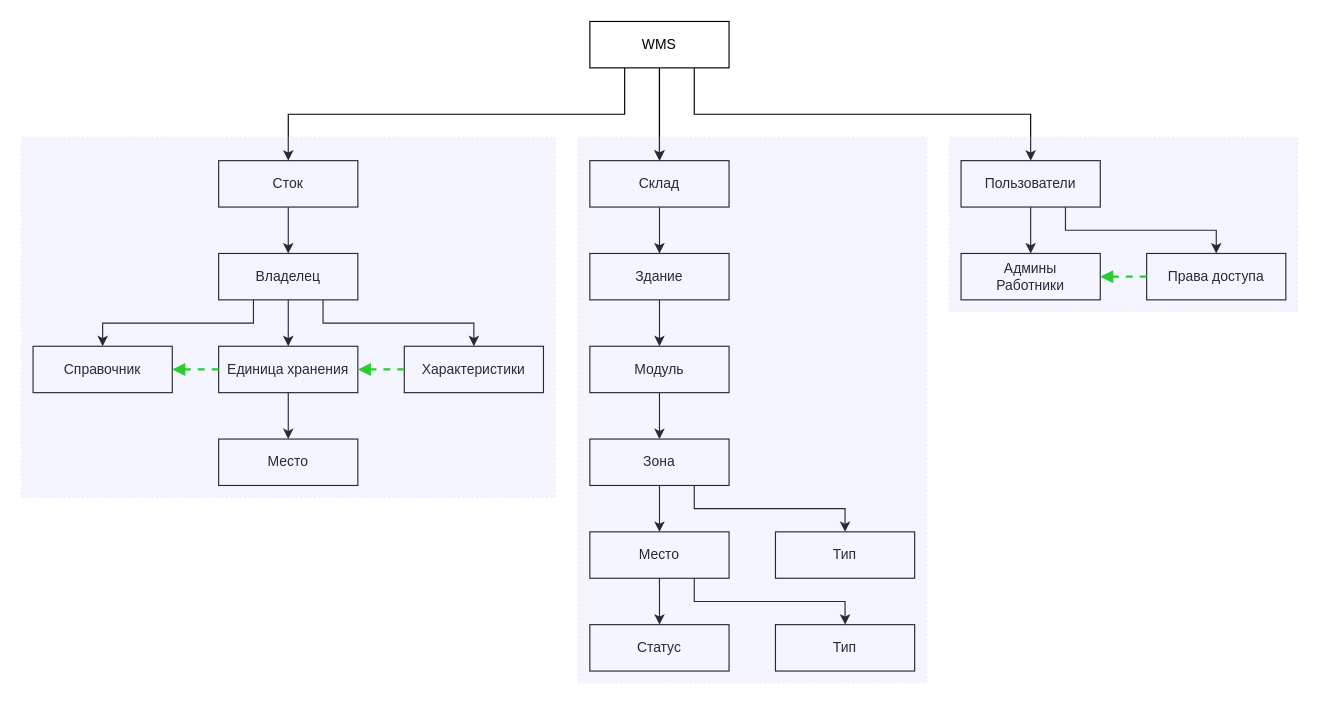
This is 1.drawio from denamed/HutWMS, a draw.io file, before an edit. Source tidied: cells renumbered, new cells numbered last; positions are measured from the earlier drawing's top-left corner, leaving out a move shared by most shapes. Both pictures are drawn from the tidied source at 116%, with x=0, y=0 at pixel (21, 21).
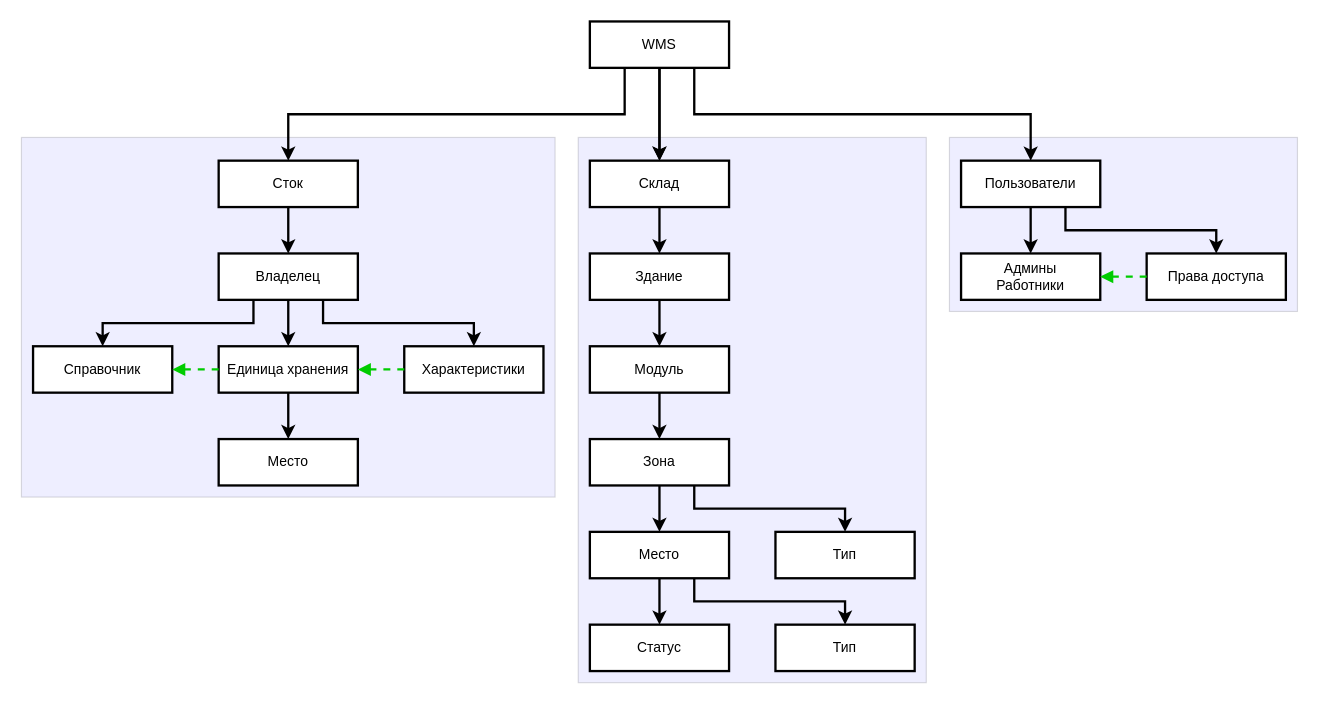
The same page after the edit.

Diff of the diagram source:
```diff
@@
+    <mxCell id="41" style="rounded=0;whiteSpace=wrap;html=1;fillColor=#CCCCFF;strokeWidth=1;strokeColor=#909099;opacity=33;" parent="1" vertex="1">
+      <mxGeometry y="100" width="460" height="310" as="geometry" />
+    </mxCell>
+    <mxCell id="42" style="rounded=0;whiteSpace=wrap;html=1;fillColor=#CCCCFF;strokeWidth=1;strokeColor=#909099;opacity=33;" parent="1" vertex="1">
+      <mxGeometry x="480" y="100" width="300" height="470" as="geometry" />
+    </mxCell>
+    <mxCell id="43" style="rounded=0;whiteSpace=wrap;html=1;fillColor=#CCCCFF;strokeWidth=1;strokeColor=#909099;opacity=33;" parent="1" vertex="1">
+      <mxGeometry x="800" y="100" width="300" height="150" as="geometry" />
+    </mxCell>
-    <mxCell id="2" style="edgeStyle=orthogonalEdgeStyle;rounded=0;jettySize=auto;html=1;" parent="1" edge="1" source="6" target="8">
+    <mxCell id="2" style="edgeStyle=orthogonalEdgeStyle;rounded=0;jettySize=auto;html=1;strokeWidth=2;" parent="1" edge="1" source="6" target="8">
       <mxGeometry relative="1" as="geometry" />
     </mxCell>
-    <mxCell id="3" style="edgeStyle=orthogonalEdgeStyle;rounded=0;jettySize=auto;html=1;" parent="1" edge="1" source="6" target="8">
+    <mxCell id="3" style="edgeStyle=orthogonalEdgeStyle;rounded=0;jettySize=auto;html=1;strokeWidth=2;" parent="1" edge="1" source="6" target="8">
       <mxGeometry relative="1" as="geometry" />
     </mxCell>
-    <mxCell id="4" style="edgeStyle=orthogonalEdgeStyle;rounded=0;jettySize=auto;html=1;exitX=0.25;exitY=1;exitDx=0;exitDy=0;" parent="1" edge="1" source="6" target="10">
+    <mxCell id="4" style="edgeStyle=orthogonalEdgeStyle;rounded=0;jettySize=auto;html=1;exitX=0.25;exitY=1;exitDx=0;exitDy=0;strokeWidth=2;" parent="1" edge="1" source="6" target="10">
       <mxGeometry relative="1" as="geometry" />
     </mxCell>
-    <mxCell id="5" style="edgeStyle=orthogonalEdgeStyle;rounded=0;jettySize=auto;html=1;exitX=0.75;exitY=1;exitDx=0;exitDy=0;" parent="1" edge="1" source="6" target="13">
+    <mxCell id="5" style="edgeStyle=orthogonalEdgeStyle;rounded=0;jettySize=auto;html=1;exitX=0.75;exitY=1;exitDx=0;exitDy=0;strokeWidth=2;" parent="1" edge="1" source="6" target="13">
       <mxGeometry relative="1" as="geometry" />
     </mxCell>
-    <mxCell id="6" value="WMS" style="rounded=0;whiteSpace=wrap;html=1;" parent="1" vertex="1">
+    <mxCell id="6" value="WMS" style="rounded=0;whiteSpace=wrap;html=1;strokeWidth=2;" parent="1" vertex="1">
       <mxGeometry x="490" width="120" height="40" as="geometry" />
     </mxCell>
-    <mxCell id="7" style="edgeStyle=orthogonalEdgeStyle;rounded=0;jettySize=auto;html=1;" parent="1" edge="1" source="8" target="15">
+    <mxCell id="7" style="edgeStyle=orthogonalEdgeStyle;rounded=0;jettySize=auto;html=1;strokeWidth=2;" parent="1" edge="1" source="8" target="15">
       <mxGeometry relative="1" as="geometry" />
     </mxCell>
-    <mxCell id="8" value="Склад" style="rounded=0;whiteSpace=wrap;html=1;" parent="1" vertex="1">
+    <mxCell id="8" value="Склад" style="rounded=0;whiteSpace=wrap;html=1;strokeWidth=2;" parent="1" vertex="1">
       <mxGeometry x="490" y="120" width="120" height="40" as="geometry" />
     </mxCell>
-    <mxCell id="9" style="edgeStyle=orthogonalEdgeStyle;rounded=0;jettySize=auto;html=1;" parent="1" edge="1" source="10" target="29">
+    <mxCell id="9" style="edgeStyle=orthogonalEdgeStyle;rounded=0;jettySize=auto;html=1;strokeWidth=2;" parent="1" edge="1" source="10" target="29">
       <mxGeometry relative="1" as="geometry" />
     </mxCell>
-    <mxCell id="10" value="Сток" style="rounded=0;whiteSpace=wrap;html=1;" parent="1" vertex="1">
+    <mxCell id="10" value="Сток" style="rounded=0;whiteSpace=wrap;html=1;strokeWidth=2;" parent="1" vertex="1">
       <mxGeometry x="170" y="120" width="120" height="40" as="geometry" />
     </mxCell>
-    <mxCell id="11" style="edgeStyle=orthogonalEdgeStyle;rounded=0;jettySize=auto;html=1;" parent="1" edge="1" source="13" target="24">
+    <mxCell id="11" style="edgeStyle=orthogonalEdgeStyle;rounded=0;jettySize=auto;html=1;strokeWidth=2;" parent="1" edge="1" source="13" target="24">
       <mxGeometry relative="1" as="geometry" />
     </mxCell>
-    <mxCell id="12" style="edgeStyle=orthogonalEdgeStyle;rounded=0;jettySize=auto;html=1;exitX=0.75;exitY=1;exitDx=0;exitDy=0;" parent="1" edge="1" source="13" target="25">
+    <mxCell id="12" style="edgeStyle=orthogonalEdgeStyle;rounded=0;jettySize=auto;html=1;exitX=0.75;exitY=1;exitDx=0;exitDy=0;strokeWidth=2;" parent="1" edge="1" source="13" target="25">
       <mxGeometry relative="1" as="geometry" />
     </mxCell>
-    <mxCell id="13" value="Пользователи" style="rounded=0;whiteSpace=wrap;html=1;" parent="1" vertex="1">
+    <mxCell id="13" value="Пользователи" style="rounded=0;whiteSpace=wrap;html=1;strokeWidth=2;" parent="1" vertex="1">
       <mxGeometry x="810" y="120" width="120" height="40" as="geometry" />
     </mxCell>
-    <mxCell id="14" style="edgeStyle=orthogonalEdgeStyle;rounded=0;jettySize=auto;html=1;" parent="1" edge="1" source="15" target="17">
+    <mxCell id="14" style="edgeStyle=orthogonalEdgeStyle;rounded=0;jettySize=auto;html=1;strokeWidth=2;" parent="1" edge="1" source="15" target="17">
       <mxGeometry relative="1" as="geometry" />
     </mxCell>
-    <mxCell id="15" value="Здание" style="rounded=0;whiteSpace=wrap;html=1;" parent="1" vertex="1">
+    <mxCell id="15" value="Здание" style="rounded=0;whiteSpace=wrap;html=1;strokeWidth=2;" parent="1" vertex="1">
       <mxGeometry x="490" y="200" width="120" height="40" as="geometry" />
     </mxCell>
-    <mxCell id="16" style="edgeStyle=orthogonalEdgeStyle;rounded=0;jettySize=auto;html=1;" parent="1" edge="1" source="17" target="20">
+    <mxCell id="16" style="edgeStyle=orthogonalEdgeStyle;rounded=0;jettySize=auto;html=1;strokeWidth=2;" parent="1" edge="1" source="17" target="20">
       <mxGeometry relative="1" as="geometry" />
     </mxCell>
-    <mxCell id="17" value="Модуль" style="rounded=0;whiteSpace=wrap;html=1;" parent="1" vertex="1">
+    <mxCell id="17" value="Модуль" style="rounded=0;whiteSpace=wrap;html=1;strokeWidth=2;" parent="1" vertex="1">
       <mxGeometry x="490" y="280" width="120" height="40" as="geometry" />
     </mxCell>
-    <mxCell id="18" style="edgeStyle=orthogonalEdgeStyle;rounded=0;jettySize=auto;html=1;" parent="1" edge="1" source="20" target="23">
+    <mxCell id="18" style="edgeStyle=orthogonalEdgeStyle;rounded=0;jettySize=auto;html=1;strokeWidth=2;" parent="1" edge="1" source="20" target="23">
       <mxGeometry relative="1" as="geometry" />
     </mxCell>
-    <mxCell id="19" style="edgeStyle=orthogonalEdgeStyle;rounded=0;jettySize=auto;html=1;exitX=0.75;exitY=1;exitDx=0;exitDy=0;" parent="1" edge="1" source="20" target="35">
+    <mxCell id="19" style="edgeStyle=orthogonalEdgeStyle;rounded=0;jettySize=auto;html=1;exitX=0.75;exitY=1;exitDx=0;exitDy=0;strokeWidth=2;" parent="1" edge="1" source="20" target="35">
       <mxGeometry relative="1" as="geometry" />
     </mxCell>
-    <mxCell id="20" value="Зона" style="rounded=0;whiteSpace=wrap;html=1;" parent="1" vertex="1">
+    <mxCell id="20" value="Зона" style="rounded=0;whiteSpace=wrap;html=1;strokeWidth=2;" parent="1" vertex="1">
       <mxGeometry x="490" y="360" width="120" height="40" as="geometry" />
     </mxCell>
-    <mxCell id="21" style="edgeStyle=orthogonalEdgeStyle;rounded=0;jettySize=auto;html=1;" parent="1" edge="1" source="23" target="33">
+    <mxCell id="21" style="edgeStyle=orthogonalEdgeStyle;rounded=0;jettySize=auto;html=1;strokeWidth=2;" parent="1" edge="1" source="23" target="33">
       <mxGeometry relative="1" as="geometry" />
     </mxCell>
-    <mxCell id="22" style="edgeStyle=orthogonalEdgeStyle;rounded=0;jettySize=auto;html=1;exitX=0.75;exitY=1;exitDx=0;exitDy=0;" parent="1" edge="1" source="23" target="34">
+    <mxCell id="22" style="edgeStyle=orthogonalEdgeStyle;rounded=0;jettySize=auto;html=1;exitX=0.75;exitY=1;exitDx=0;exitDy=0;strokeWidth=2;" parent="1" edge="1" source="23" target="34">
       <mxGeometry relative="1" as="geometry" />
     </mxCell>
-    <mxCell id="23" value="Место" style="rounded=0;whiteSpace=wrap;html=1;" parent="1" vertex="1">
+    <mxCell id="23" value="Место" style="rounded=0;whiteSpace=wrap;html=1;strokeWidth=2;" parent="1" vertex="1">
       <mxGeometry x="490" y="440" width="120" height="40" as="geometry" />
     </mxCell>
-    <mxCell id="24" value="Админы&lt;br&gt;Работники" style="rounded=0;whiteSpace=wrap;html=1;" parent="1" vertex="1">
+    <mxCell id="24" value="Админы&lt;br&gt;Работники" style="rounded=0;whiteSpace=wrap;html=1;strokeWidth=2;" parent="1" vertex="1">
       <mxGeometry x="810" y="200" width="120" height="40" as="geometry" />
     </mxCell>
-    <mxCell id="25" value="Права доступа" style="rounded=0;whiteSpace=wrap;html=1;" parent="1" vertex="1">
+    <mxCell id="25" value="Права доступа" style="rounded=0;whiteSpace=wrap;html=1;strokeWidth=2;" parent="1" vertex="1">
       <mxGeometry x="970" y="200" width="120" height="40" as="geometry" />
     </mxCell>
-    <mxCell id="26" style="edgeStyle=orthogonalEdgeStyle;rounded=0;jettySize=auto;html=1;entryX=0.5;entryY=0;entryDx=0;entryDy=0;exitX=0.75;exitY=1;exitDx=0;exitDy=0;" parent="1" edge="1" source="29" target="30">
+    <mxCell id="26" style="edgeStyle=orthogonalEdgeStyle;rounded=0;jettySize=auto;html=1;entryX=0.5;entryY=0;entryDx=0;entryDy=0;exitX=0.75;exitY=1;exitDx=0;exitDy=0;strokeWidth=2;" parent="1" edge="1" source="29" target="30">
       <mxGeometry relative="1" as="geometry" />
     </mxCell>
-    <mxCell id="27" style="edgeStyle=orthogonalEdgeStyle;rounded=0;jettySize=auto;html=1;exitX=0.25;exitY=1;exitDx=0;exitDy=0;entryX=0.5;entryY=0;entryDx=0;entryDy=0;" parent="1" edge="1" source="29" target="32">
+    <mxCell id="27" style="edgeStyle=orthogonalEdgeStyle;rounded=0;jettySize=auto;html=1;exitX=0.25;exitY=1;exitDx=0;exitDy=0;entryX=0.5;entryY=0;entryDx=0;entryDy=0;strokeWidth=2;" parent="1" edge="1" source="29" target="32">
       <mxGeometry relative="1" as="geometry" />
     </mxCell>
-    <mxCell id="28" style="edgeStyle=orthogonalEdgeStyle;rounded=0;jettySize=auto;html=1;exitX=0.5;exitY=1;exitDx=0;exitDy=0;entryX=0.5;entryY=0;entryDx=0;entryDy=0;" parent="1" edge="1" source="29" target="31">
+    <mxCell id="28" style="edgeStyle=orthogonalEdgeStyle;rounded=0;jettySize=auto;html=1;exitX=0.5;exitY=1;exitDx=0;exitDy=0;entryX=0.5;entryY=0;entryDx=0;entryDy=0;strokeWidth=2;" parent="1" edge="1" source="29" target="31">
       <mxGeometry relative="1" as="geometry" />
     </mxCell>
-    <mxCell id="29" value="Владелец" style="rounded=0;whiteSpace=wrap;html=1;" parent="1" vertex="1">
+    <mxCell id="29" value="Владелец" style="rounded=0;whiteSpace=wrap;html=1;strokeWidth=2;" parent="1" vertex="1">
       <mxGeometry x="170" y="200" width="120" height="40" as="geometry" />
     </mxCell>
-    <mxCell id="30" value="Характеристики" style="rounded=0;whiteSpace=wrap;html=1;" parent="1" vertex="1">
+    <mxCell id="30" value="Характеристики" style="rounded=0;whiteSpace=wrap;html=1;strokeWidth=2;" parent="1" vertex="1">
       <mxGeometry x="330" y="280" width="120" height="40" as="geometry" />
     </mxCell>
-    <mxCell id="31" value="Единица хранения" style="rounded=0;whiteSpace=wrap;html=1;" parent="1" vertex="1">
+    <mxCell id="31" value="Единица хранения" style="rounded=0;whiteSpace=wrap;html=1;strokeWidth=2;" parent="1" vertex="1">
       <mxGeometry x="170" y="280" width="120" height="40" as="geometry" />
     </mxCell>
-    <mxCell id="32" value="Справочник" style="rounded=0;whiteSpace=wrap;html=1;" parent="1" vertex="1">
+    <mxCell id="32" value="Справочник" style="rounded=0;whiteSpace=wrap;html=1;strokeWidth=2;" parent="1" vertex="1">
       <mxGeometry x="10" y="280" width="120" height="40" as="geometry" />
     </mxCell>
-    <mxCell id="33" value="Статус" style="rounded=0;whiteSpace=wrap;html=1;" parent="1" vertex="1">
+    <mxCell id="33" value="Статус" style="rounded=0;whiteSpace=wrap;html=1;strokeWidth=2;" parent="1" vertex="1">
       <mxGeometry x="490" y="520" width="120" height="40" as="geometry" />
     </mxCell>
-    <mxCell id="34" value="Тип" style="rounded=0;whiteSpace=wrap;html=1;" parent="1" vertex="1">
+    <mxCell id="34" value="Тип" style="rounded=0;whiteSpace=wrap;html=1;strokeWidth=2;" parent="1" vertex="1">
       <mxGeometry x="650" y="520" width="120" height="40" as="geometry" />
     </mxCell>
-    <mxCell id="35" value="Тип" style="rounded=0;whiteSpace=wrap;html=1;" parent="1" vertex="1">
+    <mxCell id="35" value="Тип" style="rounded=0;whiteSpace=wrap;html=1;strokeWidth=2;" parent="1" vertex="1">
       <mxGeometry x="650" y="440" width="120" height="40" as="geometry" />
     </mxCell>
@@
-    <mxCell id="39" value="Место" style="rounded=0;whiteSpace=wrap;html=1;" parent="1" vertex="1">
+    <mxCell id="39" value="Место" style="rounded=0;whiteSpace=wrap;html=1;strokeWidth=2;" parent="1" vertex="1">
       <mxGeometry x="170" y="360" width="120" height="40" as="geometry" />
     </mxCell>
-    <mxCell id="40" style="edgeStyle=orthogonalEdgeStyle;rounded=0;jettySize=auto;html=1;exitX=0.5;exitY=1;exitDx=0;exitDy=0;entryX=0.5;entryY=0;entryDx=0;entryDy=0;" parent="1" edge="1" source="31" target="39">
+    <mxCell id="40" style="edgeStyle=orthogonalEdgeStyle;rounded=0;jettySize=auto;html=1;exitX=0.5;exitY=1;exitDx=0;exitDy=0;entryX=0.5;entryY=0;entryDx=0;entryDy=0;strokeWidth=2;" parent="1" edge="1" source="31" target="39">
       <mxGeometry relative="1" as="geometry" />
     </mxCell>
-    <mxCell id="41" style="rounded=0;whiteSpace=wrap;html=1;fillColor=#CCCCFF;dashed=1;strokeWidth=2;strokeColor=#CCCCFF;dashPattern=1 1;opacity=20;" parent="1" vertex="1">
-      <mxGeometry y="100" width="460" height="310" as="geometry" />
-    </mxCell>
-    <mxCell id="42" style="rounded=0;whiteSpace=wrap;html=1;fillColor=#CCCCFF;dashed=1;strokeWidth=2;strokeColor=#CCCCFF;dashPattern=1 1;opacity=20;" parent="1" vertex="1">
-      <mxGeometry x="480" y="100" width="300" height="470" as="geometry" />
-    </mxCell>
-    <mxCell id="43" style="rounded=0;whiteSpace=wrap;html=1;fillColor=#CCCCFF;dashed=1;strokeWidth=2;strokeColor=#CCCCFF;dashPattern=1 1;opacity=20;" parent="1" vertex="1">
-      <mxGeometry x="800" y="100" width="300" height="150" as="geometry" />
-    </mxCell>
```
